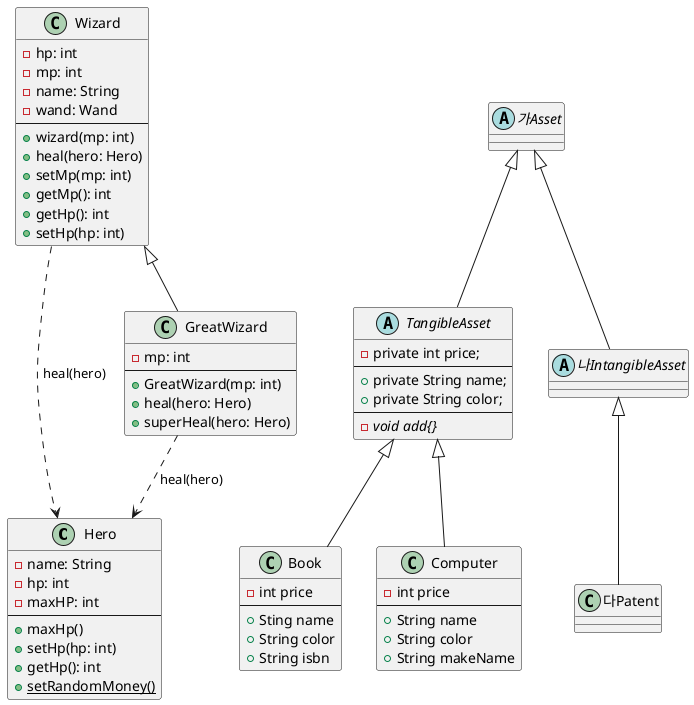
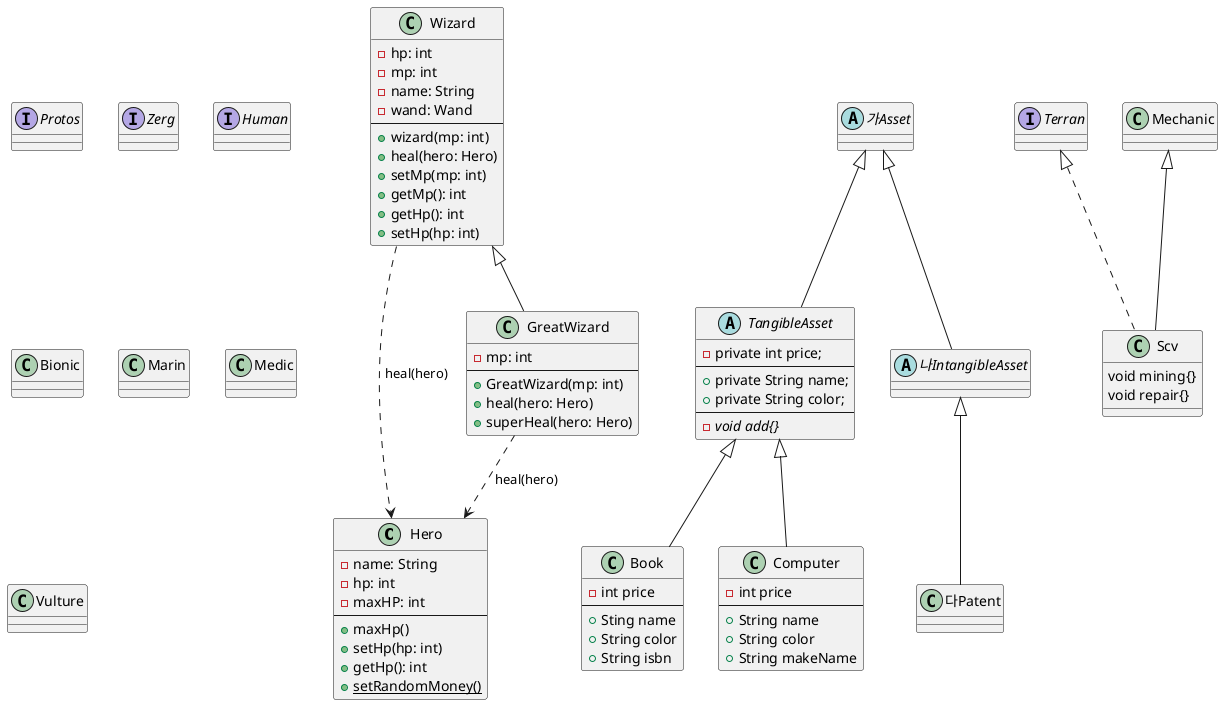
@startuml

class Hero {
  - name: String
  - hp: int
  - maxHP: int
  --
  + maxHp()
  + setHp(hp: int)
  + getHp(): int
  + setRandomMoney() {static}
}

class Wizard {
  - hp: int
  - mp: int
  - name: String
  - wand: Wand
  --
  + wizard(mp: int)
  + heal(hero: Hero)
  + setMp(mp: int)
  + getMp(): int
  + getHp(): int
  + setHp(hp: int)
}

class GreatWizard extends Wizard {
  - mp: int
  --
  + GreatWizard(mp: int)
  + heal(hero: Hero)
  + superHeal(hero: Hero)
}

Wizard ..> Hero : heal(hero)
GreatWizard ..> Hero : heal(hero)

class Book extends TangibleAsset{
- int price
--
+ Sting name
+ String color
+ String isbn
}

class Computer extends TangibleAsset{
- int price
--
+ String name
+ String color
+ String makeName
}

abstract class TangibleAsset extends 가Asset{
- private int price;
--
+ private String name;
+ private String color;
--
- {abstract} void add{}
}

abstract class 가Asset{
}

abstract class 나IntangibleAsset extends 가Asset{
}

class 다Patent extends 나IntangibleAsset{
}
+ 
+ 
+ interface Terran{}
+ interface Protos{}
+ interface Zerg{}
+ 
+ interface Human{}
+ class Bionic{}
+ class Mechanic{}
+ 
+ class Marin{}
+ class Medic{}
+ 
+ class Vulture{}
+ class Scv extends Mechanic implements Terran{
+ void mining{}
+ void repair{}
+ }
@enduml